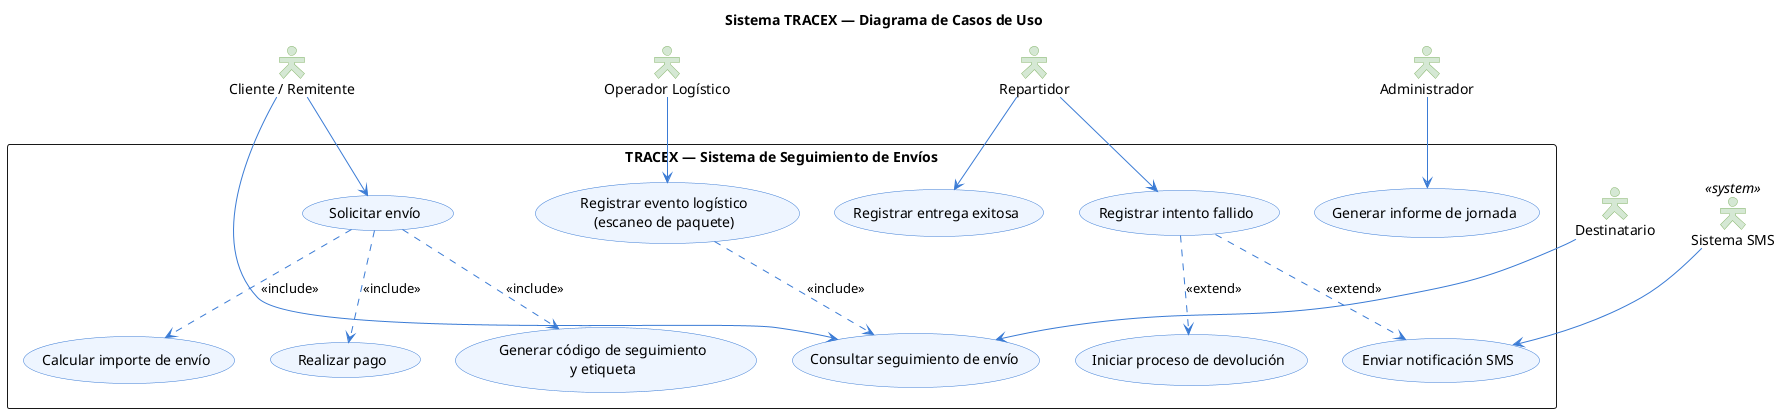
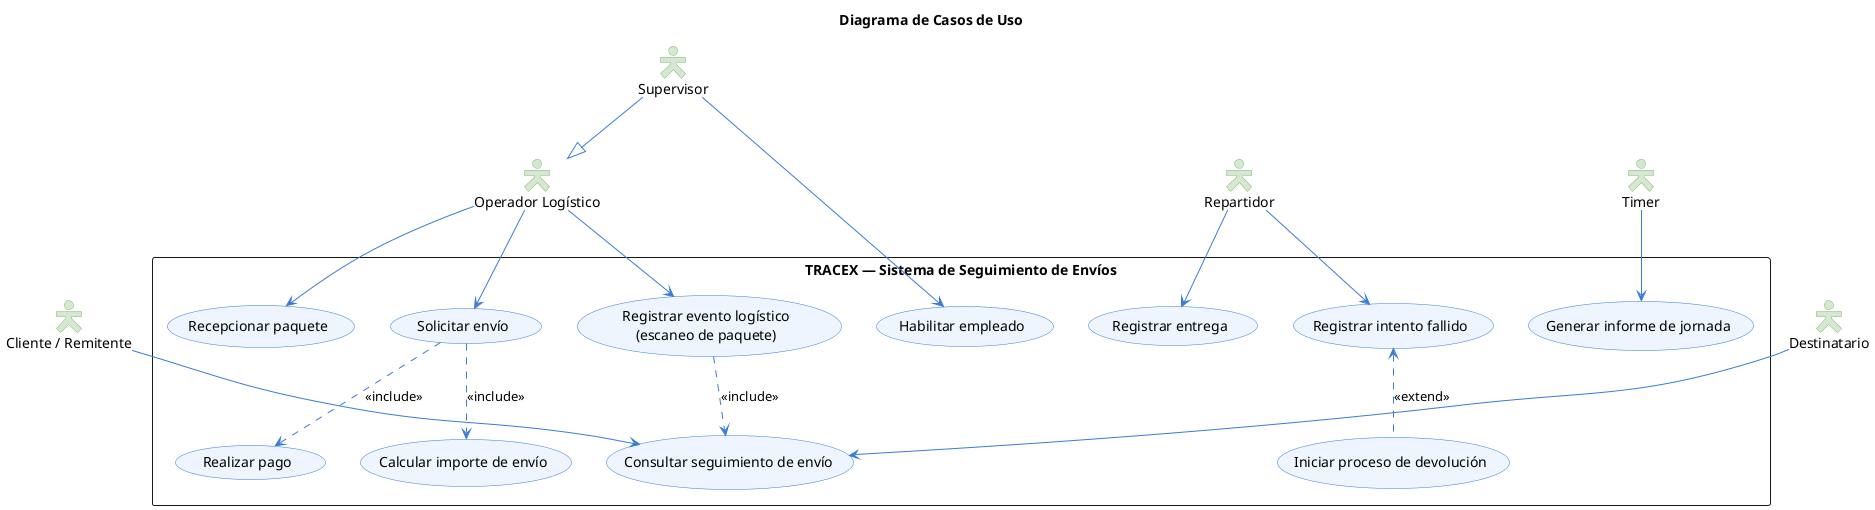
@startuml TRACEX_CasosDeUso

skinparam actorStyle hollow
skinparam packageStyle rectangle

skinparam usecase {
  BackgroundColor #EEF5FF
  BorderColor #3A7BD5
  ArrowColor #3A7BD5
}
skinparam actor {
  BackgroundColor #D5E8D4
  BorderColor #82B366
}

- title Sistema TRACEX — Diagrama de Casos de Uso
+ title Diagrama de Casos de Uso

' ─── ACTORES ───────────────────────────────────────────
actor "Cliente / Remitente" as Cliente
actor "Destinatario"        as Destinatario
actor "Operador Logístico"  as Operador
actor "Repartidor"          as Repartidor
- actor "Administrador"       as Admin
- actor "Sistema SMS"         as SMS  <<system>>
+ actor "Supervisor"          as Supervisor
+ actor "Timer"       as Timer

' ─── SISTEMA ────────────────────────────────────────────
rectangle "TRACEX — Sistema de Seguimiento de Envíos" {

  ' --- Gestión de envíos (Cliente) ---
  usecase "Solicitar envío"                  as UC1
  usecase "Calcular importe de envío"        as UC1a
  usecase "Realizar pago"                    as UC1b
-   usecase "Generar código de seguimiento\ny etiqueta" as UC1c
  usecase "Consultar seguimiento de envío"   as UC2

  ' --- Ciclo logístico (Operador) ---
  usecase "Registrar evento logístico\n(escaneo de paquete)" as UC3
+   usecase "Recepcionar paquete" as UC3a

  ' --- Entrega (Repartidor) ---
-   usecase "Registrar entrega exitosa"        as UC4
+   usecase "Registrar entrega"        as UC4
  usecase "Registrar intento fallido"        as UC5
-   usecase "Enviar notificación SMS"          as UC6
  usecase "Iniciar proceso de devolución"    as UC7

  ' --- Administración ---
  usecase "Generar informe de jornada"       as UC8
+   usecase "Habilitar empleado" as UC9
}

' ─── RELACIONES ACTOR ↔ CASO DE USO ─────────────────────
- Cliente      --> UC1
+ Supervisor   --|> Operador
+ Supervisor   --> UC9
+ 
Cliente      --> UC2

Destinatario --> UC2

Operador     --> UC3
+ Operador     --> UC3a
+ Operador     --> UC1

Repartidor   --> UC4
Repartidor   --> UC5

- Admin        --> UC8
+ Timer        --> UC8

- SMS          --> UC6

' ─── RELACIONES ENTRE CASOS DE USO ──────────────────────
UC1 ..> UC1a : <<include>>
UC1 ..> UC1b : <<include>>
- UC1 ..> UC1c : <<include>>

UC3 ..> UC2 : <<include>>

- UC5 ..> UC6  : <<extend>>
- UC5 ..> UC7  : <<extend>>
+ UC5 <.. UC7  : <<extend>>

@enduml